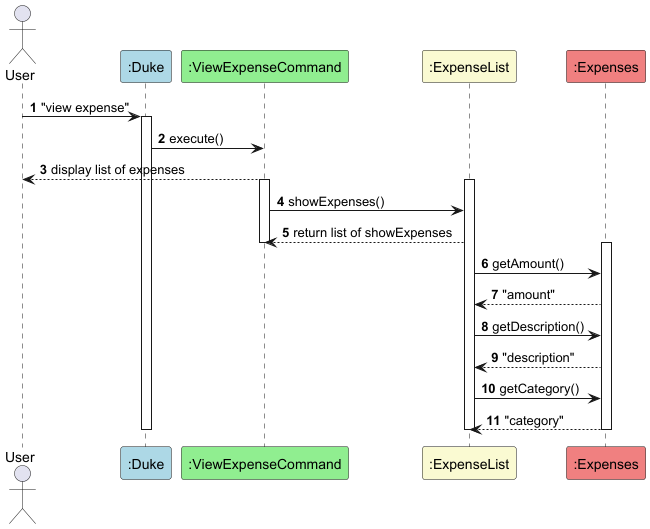
This is docs/images/ViewExpense.png from xiaojielei/tp, a PlantUML export, as it was before one commit.
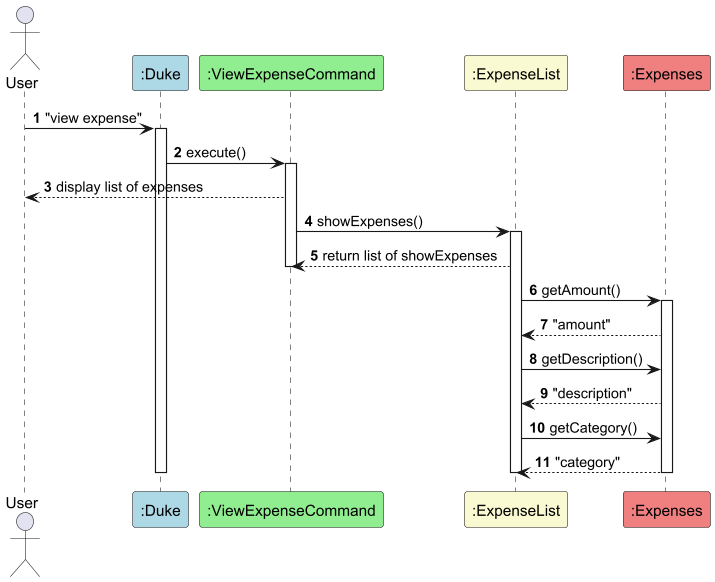
Above is the later version.

What changed in the source:
```diff
@@ -9,16 +9,18 @@
 User -> Duke: "view expense"
 activate Duke
 Duke -> ViewExpenseCommand: execute()
+activate ViewExpenseCommand
 ViewExpenseCommand --> User: display list of expenses
-activate ViewExpenseCommand
 
+
+ViewExpenseCommand -> ExpenseList: showExpenses()
 activate ExpenseList
-ViewExpenseCommand -> ExpenseList: showExpenses()
 ExpenseList --> ViewExpenseCommand: return list of showExpenses
 deactivate ViewExpenseCommand
 
+
+ExpenseList -> Expenses: getAmount()
 activate Expenses
-ExpenseList -> Expenses: getAmount()
 Expenses --> ExpenseList: "amount"
 ExpenseList -> Expenses: getDescription()
 Expenses --> ExpenseList: "description"
```
